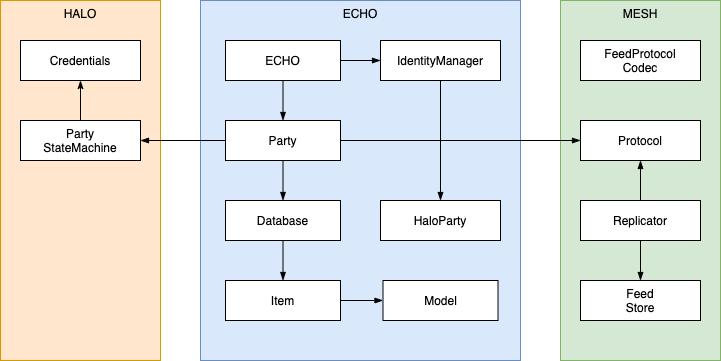
Above: docs/content/diagrams/dependencies.png in dxos/dxos (draw.io), before the change. Source tidied: cells renumbered, new cells last; positions are measured from the earlier drawing's top-left corner, leaving out a move shared by most shapes.
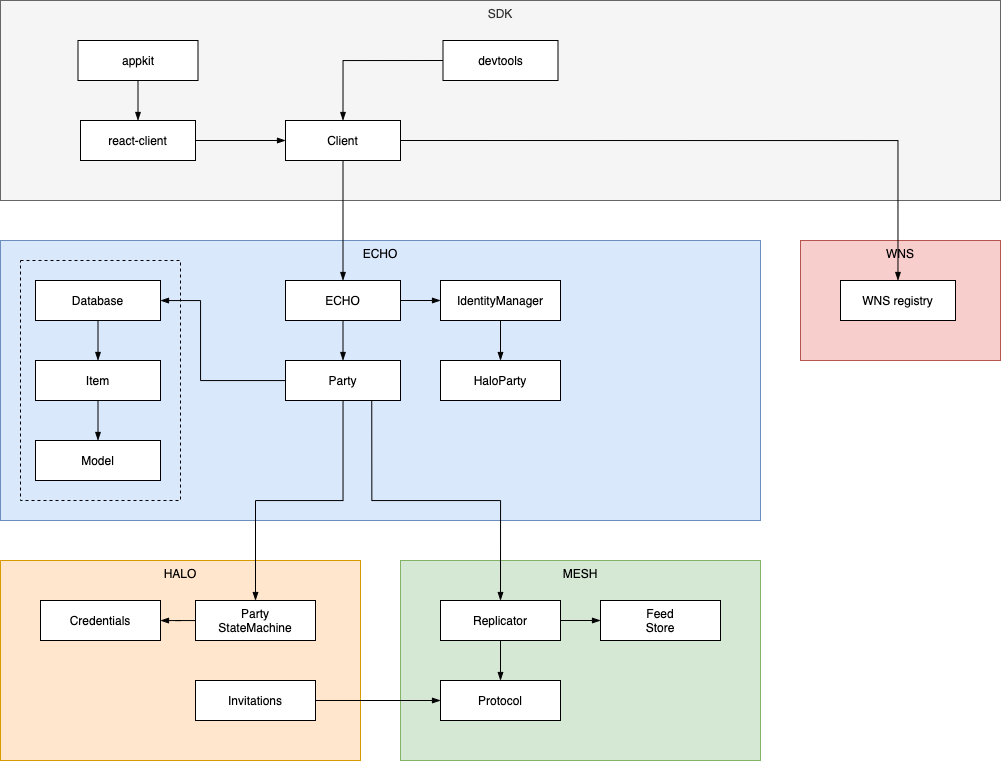
Above is the later version.

The edit, as a diff of the source:
```diff
@@ -2,86 +2,133 @@
   <root>
     <mxCell id="0" />
     <mxCell id="1" parent="0" />
+    <mxCell id="4" value="ECHO" style="rounded=0;whiteSpace=wrap;html=1;verticalAlign=top;fillColor=#dae8fc;strokeColor=#6c8ebf;" parent="1" vertex="1">
+      <mxGeometry x="-60" y="-40" width="760" height="280" as="geometry" />
+    </mxCell>
+    <mxCell id="29" style="rounded=0;whiteSpace=wrap;html=1;fillColor=none;dashed=1;" parent="1" vertex="1">
+      <mxGeometry x="-40" y="-20" width="160" height="240" as="geometry" />
+    </mxCell>
+    <mxCell id="30" value="WNS" style="rounded=0;whiteSpace=wrap;html=1;verticalAlign=top;fillColor=#f8cecc;strokeColor=#b85450;" parent="1" vertex="1">
+      <mxGeometry x="740" y="-40" width="200" height="120" as="geometry" />
+    </mxCell>
     <mxCell id="2" value="MESH" style="rounded=0;whiteSpace=wrap;html=1;verticalAlign=top;fillColor=#d5e8d4;strokeColor=#82b366;" parent="1" vertex="1">
-      <mxGeometry x="560" width="160" height="360" as="geometry" />
+      <mxGeometry x="340" y="280" width="360" height="200" as="geometry" />
     </mxCell>
     <mxCell id="3" value="HALO" style="rounded=0;whiteSpace=wrap;html=1;verticalAlign=top;fillColor=#ffe6cc;strokeColor=#d79b00;" parent="1" vertex="1">
-      <mxGeometry width="160" height="360" as="geometry" />
+      <mxGeometry x="-60" y="280" width="360" height="200" as="geometry" />
     </mxCell>
-    <mxCell id="4" value="ECHO" style="rounded=0;whiteSpace=wrap;html=1;verticalAlign=top;fillColor=#dae8fc;strokeColor=#6c8ebf;" parent="1" vertex="1">
-      <mxGeometry x="200" width="320" height="360" as="geometry" />
-    </mxCell>
-    <mxCell id="5" style="edgeStyle=orthogonalEdgeStyle;rounded=0;jettySize=auto;html=1;exitX=0.5;exitY=0;exitDx=0;exitDy=0;endArrow=classicThin;endFill=1;" parent="1" edge="1" source="6" target="21">
+    <mxCell id="5" style="edgeStyle=orthogonalEdgeStyle;rounded=0;jettySize=auto;html=1;endArrow=blockThin;endFill=1;" parent="1" edge="1" source="6" target="21">
       <mxGeometry relative="1" as="geometry" />
     </mxCell>
     <mxCell id="6" value="Party&lt;br&gt;StateMachine" style="rounded=0;whiteSpace=wrap;html=1;" parent="1" vertex="1">
-      <mxGeometry x="20" y="120" width="120" height="40" as="geometry" />
+      <mxGeometry x="135" y="320" width="120" height="40" as="geometry" />
     </mxCell>
     <mxCell id="7" style="edgeStyle=orthogonalEdgeStyle;rounded=0;jettySize=auto;html=1;exitX=1;exitY=0.5;exitDx=0;exitDy=0;entryX=0;entryY=0.5;entryDx=0;entryDy=0;endArrow=blockThin;endFill=1;" parent="1" edge="1" source="8" target="26">
       <mxGeometry relative="1" as="geometry" />
     </mxCell>
     <mxCell id="8" value="ECHO" style="rounded=0;whiteSpace=wrap;html=1;" parent="1" vertex="1">
-      <mxGeometry x="225" y="40" width="115" height="40" as="geometry" />
+      <mxGeometry x="225" width="115" height="40" as="geometry" />
     </mxCell>
     <mxCell id="9" style="edgeStyle=orthogonalEdgeStyle;rounded=0;jettySize=auto;html=1;endArrow=blockThin;endFill=1;entryX=0.5;entryY=0;entryDx=0;entryDy=0;" parent="1" edge="1" source="8" target="12">
       <mxGeometry relative="1" as="geometry" />
     </mxCell>
+    <mxCell id="19" style="edgeStyle=orthogonalEdgeStyle;rounded=0;jettySize=auto;html=1;endArrow=blockThin;endFill=1;" parent="1" edge="1" source="12" target="20">
+      <mxGeometry relative="1" as="geometry">
+        <Array as="points">
+          <mxPoint x="140" y="100" />
+          <mxPoint x="140" y="20" />
+        </Array>
+      </mxGeometry>
+    </mxCell>
-    <mxCell id="10" style="edgeStyle=orthogonalEdgeStyle;rounded=0;jettySize=auto;html=1;exitX=0;exitY=0.5;exitDx=0;exitDy=0;entryX=1;entryY=0.5;entryDx=0;entryDy=0;endArrow=blockThin;endFill=1;" parent="1" edge="1" source="12" target="6">
+    <mxCell id="10" style="edgeStyle=orthogonalEdgeStyle;rounded=0;jettySize=auto;html=1;endArrow=blockThin;endFill=1;" parent="1" edge="1" source="12" target="6">
       <mxGeometry relative="1" as="geometry" />
     </mxCell>
-    <mxCell id="11" style="edgeStyle=orthogonalEdgeStyle;rounded=0;jettySize=auto;html=1;exitX=1;exitY=0.5;exitDx=0;exitDy=0;entryX=0;entryY=0.5;entryDx=0;entryDy=0;endArrow=blockThin;endFill=1;" parent="1" edge="1" source="12" target="14">
-      <mxGeometry relative="1" as="geometry" />
-    </mxCell>
+    <mxCell id="31" style="edgeStyle=orthogonalEdgeStyle;rounded=0;jettySize=auto;html=1;exitX=0.75;exitY=1;exitDx=0;exitDy=0;entryX=0.5;entryY=0;entryDx=0;entryDy=0;endArrow=blockThin;endFill=1;" parent="1" edge="1" source="12" target="17">
+      <mxGeometry relative="1" as="geometry" />
+    </mxCell>
     <mxCell id="12" value="Party" style="rounded=0;whiteSpace=wrap;html=1;" parent="1" vertex="1">
-      <mxGeometry x="225" y="120" width="115" height="40" as="geometry" />
+      <mxGeometry x="225" y="80" width="115" height="40" as="geometry" />
     </mxCell>
-    <mxCell id="13" value="FeedProtocol&lt;br&gt;Codec" style="rounded=0;whiteSpace=wrap;html=1;" parent="1" vertex="1">
-      <mxGeometry x="580" y="40" width="120" height="40" as="geometry" />
-    </mxCell>
     <mxCell id="14" value="Protocol" style="rounded=0;whiteSpace=wrap;html=1;" parent="1" vertex="1">
-      <mxGeometry x="580" y="120" width="120" height="40" as="geometry" />
+      <mxGeometry x="380" y="400" width="120" height="40" as="geometry" />
     </mxCell>
-    <mxCell id="15" style="edgeStyle=orthogonalEdgeStyle;rounded=0;jettySize=auto;html=1;exitX=0.5;exitY=0;exitDx=0;exitDy=0;entryX=0.5;entryY=1;entryDx=0;entryDy=0;endArrow=blockThin;endFill=1;" parent="1" edge="1" source="17" target="14">
+    <mxCell id="15" style="edgeStyle=orthogonalEdgeStyle;rounded=0;jettySize=auto;html=1;endArrow=blockThin;endFill=1;" parent="1" edge="1" source="17" target="14">
       <mxGeometry relative="1" as="geometry" />
     </mxCell>
-    <mxCell id="16" style="edgeStyle=orthogonalEdgeStyle;rounded=0;jettySize=auto;html=1;exitX=0.5;exitY=1;exitDx=0;exitDy=0;endArrow=blockThin;endFill=1;" parent="1" edge="1" source="17" target="18">
+    <mxCell id="16" style="edgeStyle=orthogonalEdgeStyle;rounded=0;jettySize=auto;html=1;exitX=1;exitY=0.5;exitDx=0;exitDy=0;endArrow=blockThin;endFill=1;" parent="1" edge="1" source="17" target="18">
       <mxGeometry relative="1" as="geometry" />
     </mxCell>
     <mxCell id="17" value="Replicator" style="rounded=0;whiteSpace=wrap;html=1;" parent="1" vertex="1">
-      <mxGeometry x="580" y="200" width="120" height="40" as="geometry" />
+      <mxGeometry x="380" y="320" width="120" height="40" as="geometry" />
     </mxCell>
     <mxCell id="18" value="Feed&lt;br&gt;Store" style="rounded=0;whiteSpace=wrap;html=1;" parent="1" vertex="1">
-      <mxGeometry x="580" y="280" width="120" height="40" as="geometry" />
+      <mxGeometry x="540" y="320" width="120" height="40" as="geometry" />
     </mxCell>
-    <mxCell id="19" style="edgeStyle=orthogonalEdgeStyle;rounded=0;jettySize=auto;html=1;exitX=0.5;exitY=1;exitDx=0;exitDy=0;entryX=0.5;entryY=0;entryDx=0;entryDy=0;endArrow=blockThin;endFill=1;" parent="1" edge="1" source="12" target="20">
-      <mxGeometry relative="1" as="geometry" />
-    </mxCell>
+    <mxCell id="22" style="edgeStyle=orthogonalEdgeStyle;rounded=0;jettySize=auto;html=1;endArrow=blockThin;endFill=1;" parent="1" edge="1" source="20" target="24">
+      <mxGeometry relative="1" as="geometry" />
+    </mxCell>
     <mxCell id="20" value="Database" style="rounded=0;whiteSpace=wrap;html=1;" parent="1" vertex="1">
-      <mxGeometry x="225" y="200" width="115" height="40" as="geometry" />
+      <mxGeometry x="-25" width="125" height="40" as="geometry" />
     </mxCell>
     <mxCell id="21" value="Credentials" style="rounded=0;whiteSpace=wrap;html=1;" parent="1" vertex="1">
-      <mxGeometry x="20" y="40" width="120" height="40" as="geometry" />
+      <mxGeometry x="-20" y="320" width="120" height="40" as="geometry" />
     </mxCell>
-    <mxCell id="22" style="edgeStyle=orthogonalEdgeStyle;rounded=0;jettySize=auto;html=1;exitX=0.5;exitY=1;exitDx=0;exitDy=0;entryX=0.5;entryY=0;entryDx=0;entryDy=0;endArrow=blockThin;endFill=1;" parent="1" edge="1" source="20" target="24">
-      <mxGeometry relative="1" as="geometry" />
-    </mxCell>
-    <mxCell id="23" style="edgeStyle=orthogonalEdgeStyle;rounded=0;jettySize=auto;html=1;exitX=1;exitY=0.5;exitDx=0;exitDy=0;entryX=0;entryY=0.5;entryDx=0;entryDy=0;endArrow=blockThin;endFill=1;" parent="1" edge="1" source="24" target="28">
+    <mxCell id="23" style="edgeStyle=orthogonalEdgeStyle;rounded=0;jettySize=auto;html=1;endArrow=blockThin;endFill=1;" parent="1" edge="1" source="24" target="28">
       <mxGeometry relative="1" as="geometry" />
     </mxCell>
     <mxCell id="24" value="Item" style="rounded=0;whiteSpace=wrap;html=1;" parent="1" vertex="1">
-      <mxGeometry x="225" y="280" width="115" height="40" as="geometry" />
+      <mxGeometry x="-25" y="80" width="125" height="40" as="geometry" />
     </mxCell>
     <mxCell id="25" style="edgeStyle=orthogonalEdgeStyle;rounded=0;jettySize=auto;html=1;exitX=0.5;exitY=1;exitDx=0;exitDy=0;entryX=0.5;entryY=0;entryDx=0;entryDy=0;endArrow=blockThin;endFill=1;" parent="1" edge="1" source="26" target="27">
       <mxGeometry relative="1" as="geometry" />
     </mxCell>
     <mxCell id="26" value="IdentityManager" style="rounded=0;whiteSpace=wrap;html=1;" parent="1" vertex="1">
-      <mxGeometry x="380" y="40" width="120" height="40" as="geometry" />
+      <mxGeometry x="380" width="120" height="40" as="geometry" />
     </mxCell>
     <mxCell id="27" value="HaloParty" style="rounded=0;whiteSpace=wrap;html=1;" parent="1" vertex="1">
-      <mxGeometry x="380" y="200" width="120" height="40" as="geometry" />
+      <mxGeometry x="380" y="80" width="120" height="40" as="geometry" />
     </mxCell>
     <mxCell id="28" value="Model" style="rounded=0;whiteSpace=wrap;html=1;" parent="1" vertex="1">
-      <mxGeometry x="382.5" y="280" width="115" height="40" as="geometry" />
+      <mxGeometry x="-25" y="160" width="125" height="40" as="geometry" />
     </mxCell>
+    <mxCell id="32" value="SDK" style="rounded=0;whiteSpace=wrap;html=1;verticalAlign=top;fillColor=#f5f5f5;strokeColor=#666666;fontColor=#333333;" parent="1" vertex="1">
+      <mxGeometry x="-60" y="-280" width="1000" height="200" as="geometry" />
+    </mxCell>
+    <mxCell id="33" style="edgeStyle=orthogonalEdgeStyle;rounded=0;jettySize=auto;html=1;entryX=0.5;entryY=0;entryDx=0;entryDy=0;endArrow=blockThin;endFill=1;" parent="1" edge="1" source="35" target="8">
+      <mxGeometry relative="1" as="geometry" />
+    </mxCell>
+    <mxCell id="34" style="edgeStyle=orthogonalEdgeStyle;rounded=0;jettySize=auto;html=1;exitX=1;exitY=0.5;exitDx=0;exitDy=0;endArrow=blockThin;endFill=1;" parent="1" edge="1" source="35" target="40">
+      <mxGeometry relative="1" as="geometry" />
+    </mxCell>
+    <mxCell id="35" value="Client" style="rounded=0;whiteSpace=wrap;html=1;" parent="1" vertex="1">
+      <mxGeometry x="225" y="-160" width="115" height="40" as="geometry" />
+    </mxCell>
+    <mxCell id="36" style="edgeStyle=orthogonalEdgeStyle;rounded=0;jettySize=auto;html=1;exitX=1;exitY=0.5;exitDx=0;exitDy=0;endArrow=blockThin;endFill=1;" parent="1" edge="1" source="37" target="35">
+      <mxGeometry relative="1" as="geometry" />
+    </mxCell>
+    <mxCell id="37" value="react-client" style="rounded=0;whiteSpace=wrap;html=1;" parent="1" vertex="1">
+      <mxGeometry x="20" y="-160" width="115" height="40" as="geometry" />
+    </mxCell>
+    <mxCell id="38" style="edgeStyle=orthogonalEdgeStyle;rounded=0;jettySize=auto;html=1;endArrow=blockThin;endFill=1;" parent="1" edge="1" source="39" target="37">
+      <mxGeometry relative="1" as="geometry" />
+    </mxCell>
+    <mxCell id="39" value="appkit" style="rounded=0;whiteSpace=wrap;html=1;" parent="1" vertex="1">
+      <mxGeometry x="17.5" y="-240" width="120" height="40" as="geometry" />
+    </mxCell>
+    <mxCell id="40" value="WNS registry" style="rounded=0;whiteSpace=wrap;html=1;" parent="1" vertex="1">
+      <mxGeometry x="780" width="115" height="40" as="geometry" />
+    </mxCell>
+    <mxCell id="41" style="edgeStyle=orthogonalEdgeStyle;rounded=0;jettySize=auto;html=1;exitX=0;exitY=0.5;exitDx=0;exitDy=0;entryX=0.5;entryY=0;entryDx=0;entryDy=0;endArrow=blockThin;endFill=1;" parent="1" edge="1" source="42" target="35">
+      <mxGeometry relative="1" as="geometry" />
+    </mxCell>
+    <mxCell id="42" value="devtools" style="rounded=0;whiteSpace=wrap;html=1;" parent="1" vertex="1">
+      <mxGeometry x="382.5" y="-240" width="115" height="40" as="geometry" />
+    </mxCell>
+    <mxCell id="43" style="edgeStyle=orthogonalEdgeStyle;rounded=0;jettySize=auto;html=1;endArrow=blockThin;endFill=1;" parent="1" edge="1" source="44" target="14">
+      <mxGeometry relative="1" as="geometry" />
+    </mxCell>
+    <mxCell id="44" value="Invitations" style="rounded=0;whiteSpace=wrap;html=1;" parent="1" vertex="1">
+      <mxGeometry x="135" y="400" width="120" height="40" as="geometry" />
+    </mxCell>
   </root>
 </mxGraphModel>
```
